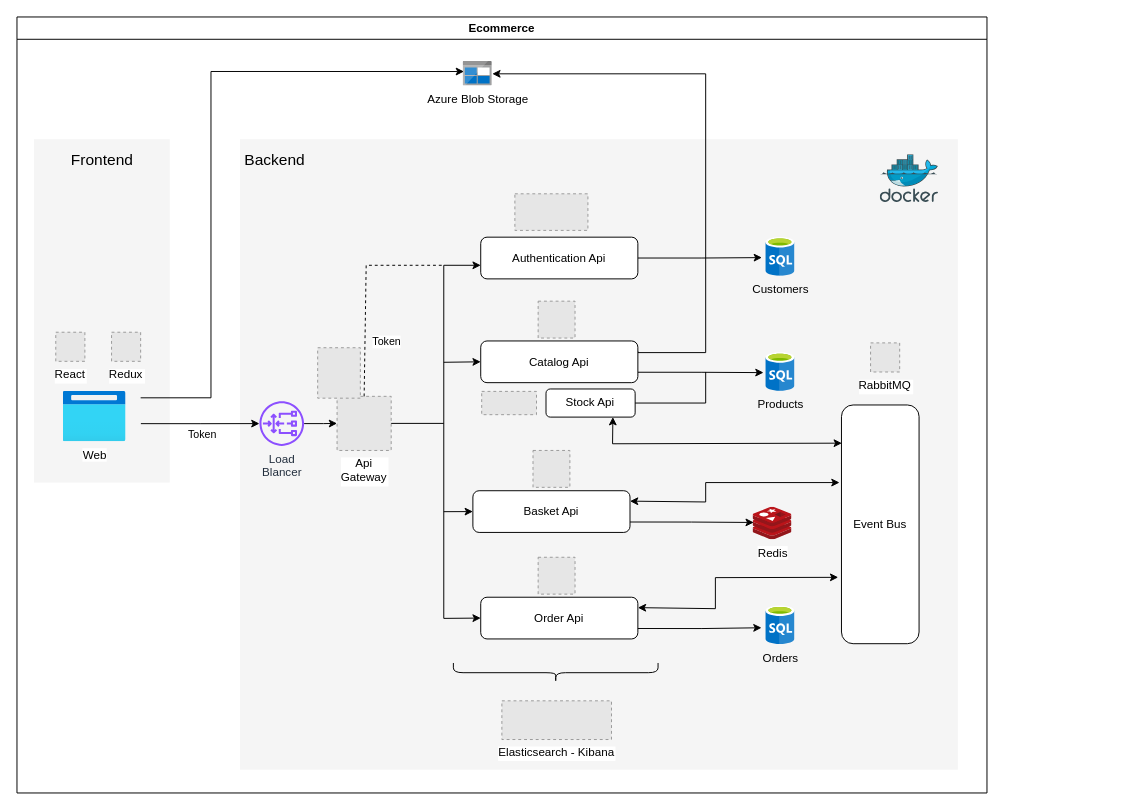
Earlier version of the draw.io diagram Ecommerce.drawio (mroserov/Ecommerce). Source tidied: cells renumbered, new cells numbered last; positions are measured from the earlier drawing's top-left corner, leaving out a move shared by most shapes. Both pictures are drawn from the tidied source at 97%, with x=0, y=0 at pixel (16, 16). Pictures stored in the file or linked from it are replaced by grey dashed boxes.
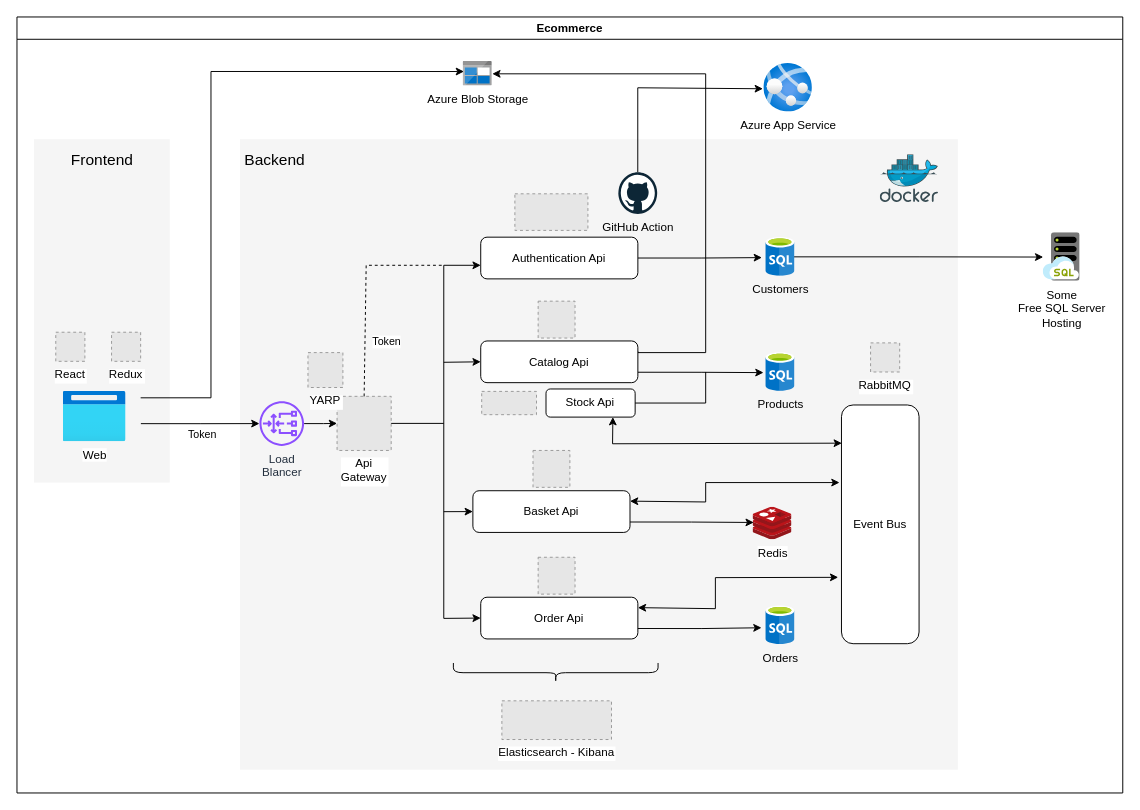
Above is the later version.

The change refers to these unchanged cells:
```xml
<mxCell id="6" value="Customers" style="html=1;perimeter=none;align=center;shadow=0;dashed=0;image;fontSize=12;image=img/lib/mscae/SQL_Database_generic.svg;labelBackgroundColor=none;" parent="1" vertex="1">
  <mxGeometry x="772" y="227.3" width="30" height="40" as="geometry" />
</mxCell>
```

Diff of the diagram source:
```diff
@@
+    <mxCell id="61" style="edgeStyle=orthogonalEdgeStyle;rounded=0;jettySize=auto;html=1;" parent="1" edge="1" source="6" target="66">
+      <mxGeometry relative="1" as="geometry" />
+    </mxCell>
@@
-    <mxCell id="57" style="fillColor=#E6E6E6;strokeColor=#999999;dashed=1;verticalLabelPosition=bottom;labelBackgroundColor=default;verticalAlign=top;" parent="1" vertex="1">
-      <mxGeometry x="310" y="341" width="44" height="52" as="geometry" />
-    </mxCell>
@@
     <mxCell id="60" value="Ecommerce" style="swimlane;whiteSpace=wrap;html=1;" parent="1" vertex="1">
-      <mxGeometry width="1000" height="800" as="geometry" />
+      <mxGeometry width="1140" height="800" as="geometry" />
     </mxCell>
+    <mxCell id="62" value="YARP" style="fillColor=#E6E6E6;strokeColor=#999999;dashed=1;verticalLabelPosition=bottom;labelBackgroundColor=default;verticalAlign=top;" parent="60" vertex="1">
+      <mxGeometry x="300" y="346" width="36" height="36" as="geometry" />
+    </mxCell>
+    <mxCell id="63" value="GitHub Action" style="dashed=0;outlineConnect=0;html=1;align=center;labelPosition=center;verticalLabelPosition=bottom;verticalAlign=top;shape=mxgraph.weblogos.github;" parent="60" vertex="1">
+      <mxGeometry x="620" y="160" width="40" height="43" as="geometry" />
+    </mxCell>
+    <mxCell id="64" value="Azure App Service" style="image;html=1;points=[];align=center;fontSize=12;image=img/lib/azure2/compute/App_Services.svg;" parent="60" vertex="1">
+      <mxGeometry x="770" y="48" width="50" height="50" as="geometry" />
+    </mxCell>
+    <mxCell id="65" style="endArrow=classic;html=1;rounded=0;entryX=-0.02;entryY=0.52;entryDx=0;entryDy=0;entryPerimeter=0;" parent="60" edge="1" source="63" target="64">
+      <mxGeometry relative="1" as="geometry">
+        <Array as="points">
+          <mxPoint x="640" y="73" />
+        </Array>
+      </mxGeometry>
+    </mxCell>
+    <mxCell id="66" value="Some&lt;br&gt;Free SQL Server&lt;br&gt;Hosting" style="image;sketch=0;html=1;points=[];align=center;fontSize=12;image=img/lib/mscae/SQL_Managed_Instances.svg;" parent="1" vertex="1">
+      <mxGeometry x="1058" y="222.5" width="38" height="50" as="geometry" />
+    </mxCell>
```
